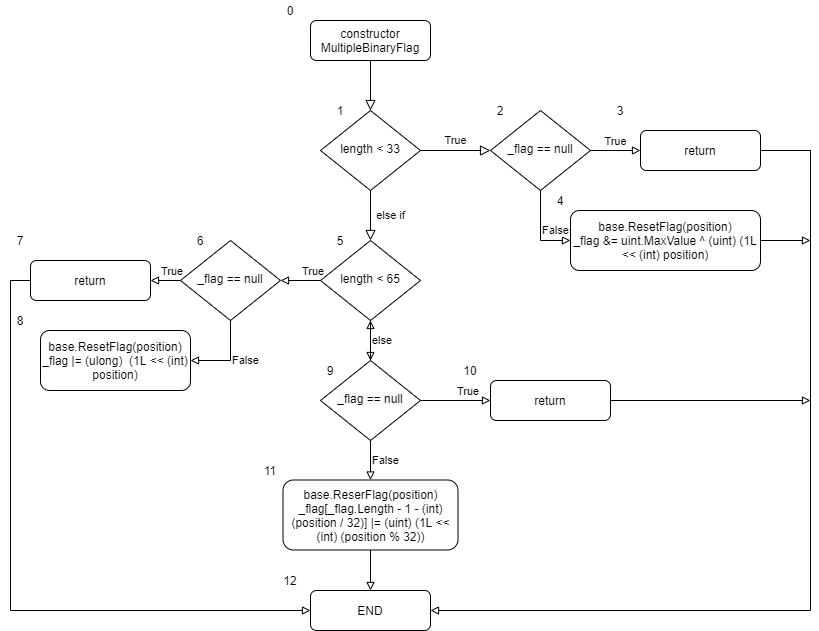
The draw.io diagram 2/diagrams/Diagram3.png in Dmytrenko-Roman/TestsLabs, before a commit. Source tidied: cells renumbered, new cells last; positions are measured from the earlier drawing's top-left corner, leaving out a move shared by most shapes. Its diagram source:
```xml
<mxGraphModel>
  <root>
    <mxCell id="0" />
    <mxCell id="1" parent="0" />
    <mxCell id="2" style="rounded=0;html=1;jettySize=auto;fontSize=11;endArrow=block;endFill=0;endSize=8;strokeWidth=1;shadow=0;labelBackgroundColor=none;edgeStyle=orthogonalEdgeStyle;" parent="1" edge="1" source="3" target="6">
      <mxGeometry relative="1" as="geometry" />
    </mxCell>
    <mxCell id="3" value="constructor MultipleBinaryFlag" style="rounded=1;whiteSpace=wrap;html=1;fontSize=12;glass=0;strokeWidth=1;shadow=0;" parent="1" vertex="1">
      <mxGeometry x="310" y="20" width="120" height="40" as="geometry" />
    </mxCell>
    <mxCell id="4" value="else if" style="rounded=0;html=1;jettySize=auto;fontSize=11;endArrow=block;endFill=0;endSize=8;strokeWidth=1;shadow=0;labelBackgroundColor=none;edgeStyle=orthogonalEdgeStyle;" parent="1" edge="1" source="6" target="9">
      <mxGeometry y="20" relative="1" as="geometry" />
    </mxCell>
    <mxCell id="5" value="True" style="edgeStyle=orthogonalEdgeStyle;rounded=0;html=1;jettySize=auto;fontSize=11;endArrow=block;endFill=0;endSize=8;strokeWidth=1;shadow=0;labelBackgroundColor=none;" parent="1" edge="1" source="6">
      <mxGeometry y="10" relative="1" as="geometry">
        <mxPoint x="490" y="150" as="targetPoint" />
      </mxGeometry>
    </mxCell>
    <mxCell id="6" value="length &amp;lt; 33" style="rhombus;whiteSpace=wrap;html=1;shadow=0;fontFamily=Helvetica;fontSize=12;align=center;strokeWidth=1;spacing=6;spacingTop=-4;" parent="1" vertex="1">
      <mxGeometry x="320" y="110" width="100" height="80" as="geometry" />
    </mxCell>
    <mxCell id="7" value="True" style="edgeStyle=orthogonalEdgeStyle;rounded=0;jettySize=auto;html=1;exitX=0;exitY=0.5;exitDx=0;exitDy=0;entryX=1;entryY=0.5;entryDx=0;entryDy=0;endArrow=block;endFill=0;align=left;verticalAlign=bottom;" parent="1" edge="1" source="9" target="20">
      <mxGeometry relative="1" as="geometry" />
    </mxCell>
    <mxCell id="8" style="edgeStyle=orthogonalEdgeStyle;rounded=0;jettySize=auto;html=1;exitX=0.5;exitY=1;exitDx=0;exitDy=0;entryX=0.5;entryY=0;entryDx=0;entryDy=0;endArrow=block;endFill=0;align=left;" parent="1" edge="1" source="9" target="27">
      <mxGeometry relative="1" as="geometry" />
    </mxCell>
    <mxCell id="9" value="length &amp;lt; 65" style="rhombus;whiteSpace=wrap;html=1;shadow=0;fontFamily=Helvetica;fontSize=12;align=center;strokeWidth=1;spacing=6;spacingTop=-4;" parent="1" vertex="1">
      <mxGeometry x="320" y="240" width="100" height="80" as="geometry" />
    </mxCell>
    <mxCell id="10" value="END" style="rounded=1;whiteSpace=wrap;html=1;fontSize=12;glass=0;strokeWidth=1;shadow=0;" parent="1" vertex="1">
      <mxGeometry x="310" y="590" width="120" height="40" as="geometry" />
    </mxCell>
    <mxCell id="11" value="True" style="edgeStyle=orthogonalEdgeStyle;rounded=0;jettySize=auto;html=1;exitX=1;exitY=0.5;exitDx=0;exitDy=0;entryX=0;entryY=0.5;entryDx=0;entryDy=0;verticalAlign=bottom;endArrow=block;endFill=0;" parent="1" edge="1" source="13" target="15">
      <mxGeometry relative="1" as="geometry" />
    </mxCell>
    <mxCell id="12" value="False" style="edgeStyle=orthogonalEdgeStyle;rounded=0;jettySize=auto;html=1;exitX=0.5;exitY=1;exitDx=0;exitDy=0;entryX=0;entryY=0.5;entryDx=0;entryDy=0;align=left;endArrow=block;endFill=0;" parent="1" edge="1" source="13" target="17">
      <mxGeometry relative="1" as="geometry" />
    </mxCell>
    <mxCell id="13" value="_flag == null" style="rhombus;whiteSpace=wrap;html=1;shadow=0;fontFamily=Helvetica;fontSize=12;align=center;strokeWidth=1;spacing=6;spacingTop=-4;" parent="1" vertex="1">
      <mxGeometry x="490" y="110" width="100" height="80" as="geometry" />
    </mxCell>
    <mxCell id="14" style="edgeStyle=orthogonalEdgeStyle;rounded=0;jettySize=auto;html=1;exitX=1;exitY=0.5;exitDx=0;exitDy=0;entryX=1;entryY=0.5;entryDx=0;entryDy=0;endArrow=block;endFill=0;" parent="1" edge="1" source="15" target="10">
      <mxGeometry relative="1" as="geometry">
        <Array as="points">
          <mxPoint x="810" y="150" />
          <mxPoint x="810" y="610" />
        </Array>
      </mxGeometry>
    </mxCell>
    <mxCell id="15" value="return" style="rounded=1;whiteSpace=wrap;html=1;fontSize=12;glass=0;strokeWidth=1;shadow=0;" parent="1" vertex="1">
      <mxGeometry x="640" y="130" width="120" height="40" as="geometry" />
    </mxCell>
    <mxCell id="16" style="edgeStyle=orthogonalEdgeStyle;rounded=0;jettySize=auto;html=1;exitX=1;exitY=0.5;exitDx=0;exitDy=0;align=left;endArrow=block;endFill=0;" parent="1" edge="1" source="17">
      <mxGeometry relative="1" as="geometry">
        <mxPoint x="810" y="240" as="targetPoint" />
      </mxGeometry>
    </mxCell>
    <mxCell id="17" value="base.ResetFlag(position)&lt;br&gt;_flag &amp;amp;= uint.MaxValue ^ (uint) (1L &amp;lt;&amp;lt; (int) position)" style="rounded=1;whiteSpace=wrap;html=1;fontSize=12;glass=0;strokeWidth=1;shadow=0;" parent="1" vertex="1">
      <mxGeometry x="570" y="210" width="190" height="60" as="geometry" />
    </mxCell>
    <mxCell id="18" value="True" style="edgeStyle=orthogonalEdgeStyle;rounded=0;jettySize=auto;html=1;exitX=0;exitY=0.5;exitDx=0;exitDy=0;entryX=1;entryY=0.5;entryDx=0;entryDy=0;endArrow=block;endFill=0;align=left;verticalAlign=bottom;spacingLeft=-6;" parent="1" edge="1" source="20" target="22">
      <mxGeometry relative="1" as="geometry" />
    </mxCell>
    <mxCell id="19" value="False" style="edgeStyle=orthogonalEdgeStyle;rounded=0;jettySize=auto;html=1;exitX=0.5;exitY=1;exitDx=0;exitDy=0;entryX=1;entryY=0.5;entryDx=0;entryDy=0;endArrow=block;endFill=0;align=left;" parent="1" edge="1" source="20" target="23">
      <mxGeometry relative="1" as="geometry" />
    </mxCell>
    <mxCell id="20" value="_flag == null" style="rhombus;whiteSpace=wrap;html=1;shadow=0;fontFamily=Helvetica;fontSize=12;align=center;strokeWidth=1;spacing=6;spacingTop=-4;" parent="1" vertex="1">
      <mxGeometry x="180" y="240" width="100" height="80" as="geometry" />
    </mxCell>
    <mxCell id="21" style="edgeStyle=orthogonalEdgeStyle;rounded=0;jettySize=auto;html=1;exitX=0;exitY=0.5;exitDx=0;exitDy=0;entryX=0;entryY=0.5;entryDx=0;entryDy=0;endArrow=block;endFill=0;align=left;" parent="1" edge="1" source="22" target="10">
      <mxGeometry relative="1" as="geometry" />
    </mxCell>
    <mxCell id="22" value="return" style="rounded=1;whiteSpace=wrap;html=1;fontSize=12;glass=0;strokeWidth=1;shadow=0;" parent="1" vertex="1">
      <mxGeometry x="30" y="260" width="120" height="40" as="geometry" />
    </mxCell>
    <mxCell id="23" value="base.ResetFlag(position)&lt;br&gt;_flag |= (ulong)&amp;nbsp; (1L &amp;lt;&amp;lt; (int) position)" style="rounded=1;whiteSpace=wrap;html=1;fontSize=12;glass=0;strokeWidth=1;shadow=0;" parent="1" vertex="1">
      <mxGeometry x="40" y="330" width="150" height="60" as="geometry" />
    </mxCell>
    <mxCell id="24" value="else" style="edgeStyle=orthogonalEdgeStyle;rounded=0;jettySize=auto;html=1;endArrow=block;endFill=0;align=left;" parent="1" edge="1" source="27" target="9">
      <mxGeometry relative="1" as="geometry" />
    </mxCell>
    <mxCell id="25" value="True" style="edgeStyle=orthogonalEdgeStyle;rounded=0;jettySize=auto;html=1;endArrow=block;endFill=0;align=left;verticalAlign=bottom;" parent="1" edge="1" source="27" target="29">
      <mxGeometry relative="1" as="geometry" />
    </mxCell>
    <mxCell id="26" value="False" style="edgeStyle=orthogonalEdgeStyle;rounded=0;jettySize=auto;html=1;exitX=0.5;exitY=1;exitDx=0;exitDy=0;entryX=0.5;entryY=0;entryDx=0;entryDy=0;endArrow=block;endFill=0;align=left;" parent="1" edge="1" source="27" target="31">
      <mxGeometry relative="1" as="geometry" />
    </mxCell>
    <mxCell id="27" value="&#10;&#10;&lt;span style=&quot;color: rgb(0, 0, 0); font-family: helvetica; font-size: 12px; font-style: normal; font-weight: 400; letter-spacing: normal; text-align: center; text-indent: 0px; text-transform: none; word-spacing: 0px; background-color: rgb(248, 249, 250); display: inline; float: none;&quot;&gt;_flag == null&lt;/span&gt;&#10;&#10;" style="rhombus;whiteSpace=wrap;html=1;shadow=0;fontFamily=Helvetica;fontSize=12;align=center;strokeWidth=1;spacing=6;spacingTop=-4;" parent="1" vertex="1">
      <mxGeometry x="320" y="360" width="100" height="80" as="geometry" />
    </mxCell>
    <mxCell id="28" style="edgeStyle=orthogonalEdgeStyle;rounded=0;jettySize=auto;html=1;exitX=1;exitY=0.5;exitDx=0;exitDy=0;endArrow=block;endFill=0;align=left;" parent="1" edge="1" source="29">
      <mxGeometry relative="1" as="geometry">
        <mxPoint x="810" y="400" as="targetPoint" />
      </mxGeometry>
    </mxCell>
    <mxCell id="29" value="return" style="rounded=1;whiteSpace=wrap;html=1;fontSize=12;glass=0;strokeWidth=1;shadow=0;" parent="1" vertex="1">
      <mxGeometry x="490" y="380" width="120" height="40" as="geometry" />
    </mxCell>
    <mxCell id="30" style="edgeStyle=orthogonalEdgeStyle;rounded=0;jettySize=auto;html=1;exitX=0.5;exitY=1;exitDx=0;exitDy=0;entryX=0.5;entryY=0;entryDx=0;entryDy=0;endArrow=block;endFill=0;align=left;" parent="1" edge="1" source="31" target="10">
      <mxGeometry relative="1" as="geometry" />
    </mxCell>
    <mxCell id="31" value="base.ReserFlag(position)&lt;br&gt;&lt;span class=&quot;pl-smi&quot; style=&quot;box-sizing: border-box ; background-color: rgb(255 , 255 , 255)&quot;&gt;_flag&lt;/span&gt;&lt;span style=&quot;background-color: rgb(255 , 255 , 255)&quot;&gt;[&lt;/span&gt;&lt;span class=&quot;pl-smi&quot; style=&quot;box-sizing: border-box ; background-color: rgb(255 , 255 , 255)&quot;&gt;_flag&lt;/span&gt;&lt;span style=&quot;background-color: rgb(255 , 255 , 255)&quot;&gt;.&lt;/span&gt;&lt;span class=&quot;pl-smi&quot; style=&quot;box-sizing: border-box ; background-color: rgb(255 , 255 , 255)&quot;&gt;Length&lt;/span&gt;&lt;span style=&quot;background-color: rgb(255 , 255 , 255)&quot;&gt; &lt;/span&gt;&lt;span class=&quot;pl-k&quot; style=&quot;box-sizing: border-box ; font-family: , &amp;#34;consolas&amp;#34; , &amp;#34;liberation mono&amp;#34; , &amp;#34;menlo&amp;#34; , monospace ; background-color: rgb(255 , 255 , 255)&quot;&gt;-&lt;/span&gt;&lt;span style=&quot;background-color: rgb(255 , 255 , 255)&quot;&gt; &lt;/span&gt;&lt;span class=&quot;pl-c1&quot; style=&quot;box-sizing: border-box ; font-family: , &amp;#34;consolas&amp;#34; , &amp;#34;liberation mono&amp;#34; , &amp;#34;menlo&amp;#34; , monospace ; background-color: rgb(255 , 255 , 255)&quot;&gt;1&lt;/span&gt;&lt;span style=&quot;background-color: rgb(255 , 255 , 255)&quot;&gt; &lt;/span&gt;&lt;span class=&quot;pl-k&quot; style=&quot;box-sizing: border-box ; font-family: , &amp;#34;consolas&amp;#34; , &amp;#34;liberation mono&amp;#34; , &amp;#34;menlo&amp;#34; , monospace ; background-color: rgb(255 , 255 , 255)&quot;&gt;-&lt;/span&gt;&lt;span style=&quot;background-color: rgb(255 , 255 , 255)&quot;&gt; (&lt;/span&gt;&lt;span class=&quot;pl-k&quot; style=&quot;box-sizing: border-box ; font-family: , &amp;#34;consolas&amp;#34; , &amp;#34;liberation mono&amp;#34; , &amp;#34;menlo&amp;#34; , monospace ; background-color: rgb(255 , 255 , 255)&quot;&gt;int&lt;/span&gt;&lt;span style=&quot;background-color: rgb(255 , 255 , 255)&quot;&gt;) (&lt;/span&gt;&lt;span class=&quot;pl-smi&quot; style=&quot;box-sizing: border-box ; background-color: rgb(255 , 255 , 255)&quot;&gt;position&lt;/span&gt;&lt;span style=&quot;background-color: rgb(255 , 255 , 255)&quot;&gt; &lt;/span&gt;&lt;span class=&quot;pl-k&quot; style=&quot;box-sizing: border-box ; font-family: , &amp;#34;consolas&amp;#34; , &amp;#34;liberation mono&amp;#34; , &amp;#34;menlo&amp;#34; , monospace ; background-color: rgb(255 , 255 , 255)&quot;&gt;/&lt;/span&gt;&lt;span style=&quot;background-color: rgb(255 , 255 , 255)&quot;&gt; &lt;/span&gt;&lt;span class=&quot;pl-c1&quot; style=&quot;box-sizing: border-box ; font-family: , &amp;#34;consolas&amp;#34; , &amp;#34;liberation mono&amp;#34; , &amp;#34;menlo&amp;#34; , monospace ; background-color: rgb(255 , 255 , 255)&quot;&gt;32&lt;/span&gt;&lt;span style=&quot;background-color: rgb(255 , 255 , 255)&quot;&gt;)] &lt;/span&gt;&lt;span class=&quot;pl-k&quot; style=&quot;box-sizing: border-box ; font-family: , &amp;#34;consolas&amp;#34; , &amp;#34;liberation mono&amp;#34; , &amp;#34;menlo&amp;#34; , monospace ; background-color: rgb(255 , 255 , 255)&quot;&gt;|=&lt;/span&gt;&lt;span style=&quot;background-color: rgb(255 , 255 , 255)&quot;&gt; (&lt;/span&gt;&lt;span class=&quot;pl-k&quot; style=&quot;box-sizing: border-box ; font-family: , &amp;#34;consolas&amp;#34; , &amp;#34;liberation mono&amp;#34; , &amp;#34;menlo&amp;#34; , monospace ; background-color: rgb(255 , 255 , 255)&quot;&gt;uint&lt;/span&gt;&lt;span style=&quot;background-color: rgb(255 , 255 , 255)&quot;&gt;) (&lt;/span&gt;&lt;span class=&quot;pl-c1&quot; style=&quot;box-sizing: border-box ; font-family: , &amp;#34;consolas&amp;#34; , &amp;#34;liberation mono&amp;#34; , &amp;#34;menlo&amp;#34; , monospace ; background-color: rgb(255 , 255 , 255)&quot;&gt;1L&lt;/span&gt;&lt;span style=&quot;background-color: rgb(255 , 255 , 255)&quot;&gt; &lt;/span&gt;&lt;span class=&quot;pl-k&quot; style=&quot;box-sizing: border-box ; font-family: , &amp;#34;consolas&amp;#34; , &amp;#34;liberation mono&amp;#34; , &amp;#34;menlo&amp;#34; , monospace ; background-color: rgb(255 , 255 , 255)&quot;&gt;&amp;lt;&amp;lt;&lt;/span&gt;&lt;span style=&quot;background-color: rgb(255 , 255 , 255)&quot;&gt; (&lt;/span&gt;&lt;span class=&quot;pl-k&quot; style=&quot;box-sizing: border-box ; font-family: , &amp;#34;consolas&amp;#34; , &amp;#34;liberation mono&amp;#34; , &amp;#34;menlo&amp;#34; , monospace ; background-color: rgb(255 , 255 , 255)&quot;&gt;int&lt;/span&gt;&lt;span style=&quot;background-color: rgb(255 , 255 , 255)&quot;&gt;) (&lt;/span&gt;&lt;span class=&quot;pl-smi&quot; style=&quot;box-sizing: border-box ; background-color: rgb(255 , 255 , 255)&quot;&gt;position&lt;/span&gt;&lt;span style=&quot;background-color: rgb(255 , 255 , 255)&quot;&gt; &lt;/span&gt;&lt;span class=&quot;pl-k&quot; style=&quot;box-sizing: border-box ; font-family: , &amp;#34;consolas&amp;#34; , &amp;#34;liberation mono&amp;#34; , &amp;#34;menlo&amp;#34; , monospace ; background-color: rgb(255 , 255 , 255)&quot;&gt;%&lt;/span&gt;&lt;span style=&quot;background-color: rgb(255 , 255 , 255)&quot;&gt; &lt;/span&gt;&lt;span class=&quot;pl-c1&quot; style=&quot;box-sizing: border-box ; font-family: , &amp;#34;consolas&amp;#34; , &amp;#34;liberation mono&amp;#34; , &amp;#34;menlo&amp;#34; , monospace ; background-color: rgb(255 , 255 , 255)&quot;&gt;32&lt;/span&gt;&lt;span style=&quot;background-color: rgb(255 , 255 , 255)&quot;&gt;))&lt;/span&gt;" style="rounded=1;whiteSpace=wrap;html=1;fontSize=12;glass=0;strokeWidth=1;shadow=0;" parent="1" vertex="1">
      <mxGeometry x="282.5" y="479.5" width="175" height="70" as="geometry" />
    </mxCell>
    <mxCell id="32" value="0" style="text;html=1;strokeColor=none;fillColor=none;align=center;verticalAlign=middle;whiteSpace=wrap;rounded=0;" parent="1" vertex="1">
      <mxGeometry x="270" width="40" height="20" as="geometry" />
    </mxCell>
    <mxCell id="33" value="1" style="text;html=1;strokeColor=none;fillColor=none;align=center;verticalAlign=middle;whiteSpace=wrap;rounded=0;" parent="1" vertex="1">
      <mxGeometry x="320" y="100" width="40" height="20" as="geometry" />
    </mxCell>
    <mxCell id="34" value="2" style="text;html=1;strokeColor=none;fillColor=none;align=center;verticalAlign=middle;whiteSpace=wrap;rounded=0;" parent="1" vertex="1">
      <mxGeometry x="480" y="100" width="40" height="20" as="geometry" />
    </mxCell>
    <mxCell id="35" value="3" style="text;html=1;strokeColor=none;fillColor=none;align=center;verticalAlign=middle;whiteSpace=wrap;rounded=0;" parent="1" vertex="1">
      <mxGeometry x="600" y="100" width="40" height="20" as="geometry" />
    </mxCell>
    <mxCell id="36" value="4" style="text;html=1;strokeColor=none;fillColor=none;align=center;verticalAlign=middle;whiteSpace=wrap;rounded=0;" parent="1" vertex="1">
      <mxGeometry x="540" y="190" width="40" height="20" as="geometry" />
    </mxCell>
    <mxCell id="37" value="5" style="text;html=1;strokeColor=none;fillColor=none;align=center;verticalAlign=middle;whiteSpace=wrap;rounded=0;" parent="1" vertex="1">
      <mxGeometry x="320" y="230" width="40" height="20" as="geometry" />
    </mxCell>
    <mxCell id="38" value="6" style="text;html=1;strokeColor=none;fillColor=none;align=center;verticalAlign=middle;whiteSpace=wrap;rounded=0;" parent="1" vertex="1">
      <mxGeometry x="180" y="230" width="40" height="20" as="geometry" />
    </mxCell>
    <mxCell id="39" value="7" style="text;html=1;strokeColor=none;fillColor=none;align=center;verticalAlign=middle;whiteSpace=wrap;rounded=0;" parent="1" vertex="1">
      <mxGeometry y="230" width="40" height="20" as="geometry" />
    </mxCell>
    <mxCell id="40" value="8" style="text;html=1;strokeColor=none;fillColor=none;align=center;verticalAlign=middle;whiteSpace=wrap;rounded=0;" parent="1" vertex="1">
      <mxGeometry y="310" width="40" height="20" as="geometry" />
    </mxCell>
    <mxCell id="41" value="9" style="text;html=1;strokeColor=none;fillColor=none;align=center;verticalAlign=middle;whiteSpace=wrap;rounded=0;" parent="1" vertex="1">
      <mxGeometry x="310" y="360" width="40" height="20" as="geometry" />
    </mxCell>
    <mxCell id="42" value="10" style="text;html=1;strokeColor=none;fillColor=none;align=center;verticalAlign=middle;whiteSpace=wrap;rounded=0;" parent="1" vertex="1">
      <mxGeometry x="450" y="360" width="40" height="20" as="geometry" />
    </mxCell>
    <mxCell id="43" value="11" style="text;html=1;strokeColor=none;fillColor=none;align=center;verticalAlign=middle;whiteSpace=wrap;rounded=0;" parent="1" vertex="1">
      <mxGeometry x="250" y="459.5" width="40" height="20" as="geometry" />
    </mxCell>
    <mxCell id="44" value="12" style="text;html=1;strokeColor=none;fillColor=none;align=center;verticalAlign=middle;whiteSpace=wrap;rounded=0;" parent="1" vertex="1">
      <mxGeometry x="270" y="570" width="40" height="20" as="geometry" />
    </mxCell>
  </root>
</mxGraphModel>
```
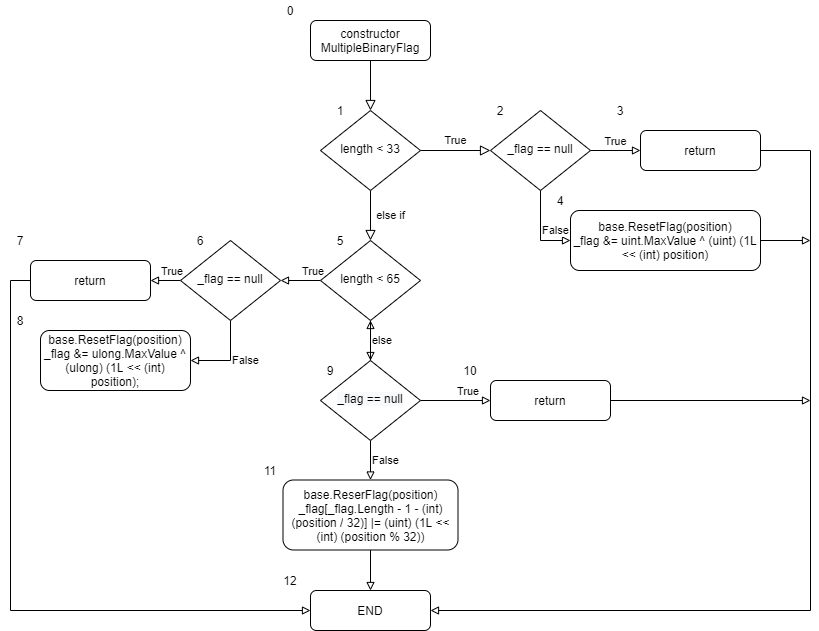
After the commit.

Change to the diagram source:
```diff
@@ -74,7 +74,7 @@
     <mxCell id="22" value="return" style="rounded=1;whiteSpace=wrap;html=1;fontSize=12;glass=0;strokeWidth=1;shadow=0;" parent="1" vertex="1">
       <mxGeometry x="30" y="260" width="120" height="40" as="geometry" />
     </mxCell>
-    <mxCell id="23" value="base.ResetFlag(position)&lt;br&gt;_flag |= (ulong)&amp;nbsp; (1L &amp;lt;&amp;lt; (int) position)" style="rounded=1;whiteSpace=wrap;html=1;fontSize=12;glass=0;strokeWidth=1;shadow=0;" parent="1" vertex="1">
+    <mxCell id="23" value="base.ResetFlag(position)&lt;br&gt;&lt;span class=&quot;pl-smi&quot; style=&quot;box-sizing: border-box ; font-family: , &amp;#34;consolas&amp;#34; , &amp;#34;liberation mono&amp;#34; , &amp;#34;menlo&amp;#34; , monospace ; background-color: rgb(255 , 255 , 255)&quot;&gt;_flag&lt;/span&gt;&lt;span style=&quot;font-family: , &amp;#34;consolas&amp;#34; , &amp;#34;liberation mono&amp;#34; , &amp;#34;menlo&amp;#34; , monospace ; background-color: rgb(255 , 255 , 255)&quot;&gt; &lt;/span&gt;&lt;span class=&quot;pl-k&quot; style=&quot;box-sizing: border-box ; font-family: , &amp;#34;consolas&amp;#34; , &amp;#34;liberation mono&amp;#34; , &amp;#34;menlo&amp;#34; , monospace ; background-color: rgb(255 , 255 , 255)&quot;&gt;&amp;amp;=&lt;/span&gt;&lt;span style=&quot;font-family: , &amp;#34;consolas&amp;#34; , &amp;#34;liberation mono&amp;#34; , &amp;#34;menlo&amp;#34; , monospace ; background-color: rgb(255 , 255 , 255)&quot;&gt; &lt;/span&gt;&lt;span class=&quot;pl-smi&quot; style=&quot;box-sizing: border-box ; font-family: , &amp;#34;consolas&amp;#34; , &amp;#34;liberation mono&amp;#34; , &amp;#34;menlo&amp;#34; , monospace ; background-color: rgb(255 , 255 , 255)&quot;&gt;ulong&lt;/span&gt;&lt;span style=&quot;font-family: , &amp;#34;consolas&amp;#34; , &amp;#34;liberation mono&amp;#34; , &amp;#34;menlo&amp;#34; , monospace ; background-color: rgb(255 , 255 , 255)&quot;&gt;.&lt;/span&gt;&lt;span class=&quot;pl-smi&quot; style=&quot;box-sizing: border-box ; font-family: , &amp;#34;consolas&amp;#34; , &amp;#34;liberation mono&amp;#34; , &amp;#34;menlo&amp;#34; , monospace ; background-color: rgb(255 , 255 , 255)&quot;&gt;MaxValue&lt;/span&gt;&lt;span style=&quot;font-family: , &amp;#34;consolas&amp;#34; , &amp;#34;liberation mono&amp;#34; , &amp;#34;menlo&amp;#34; , monospace ; background-color: rgb(255 , 255 , 255)&quot;&gt; &lt;/span&gt;&lt;span class=&quot;pl-k&quot; style=&quot;box-sizing: border-box ; font-family: , &amp;#34;consolas&amp;#34; , &amp;#34;liberation mono&amp;#34; , &amp;#34;menlo&amp;#34; , monospace ; background-color: rgb(255 , 255 , 255)&quot;&gt;^&lt;/span&gt;&lt;span style=&quot;font-family: , &amp;#34;consolas&amp;#34; , &amp;#34;liberation mono&amp;#34; , &amp;#34;menlo&amp;#34; , monospace ; background-color: rgb(255 , 255 , 255)&quot;&gt; (&lt;/span&gt;&lt;span class=&quot;pl-k&quot; style=&quot;box-sizing: border-box ; font-family: , &amp;#34;consolas&amp;#34; , &amp;#34;liberation mono&amp;#34; , &amp;#34;menlo&amp;#34; , monospace ; background-color: rgb(255 , 255 , 255)&quot;&gt;ulong&lt;/span&gt;&lt;span style=&quot;font-family: , &amp;#34;consolas&amp;#34; , &amp;#34;liberation mono&amp;#34; , &amp;#34;menlo&amp;#34; , monospace ; background-color: rgb(255 , 255 , 255)&quot;&gt;) (&lt;/span&gt;&lt;span class=&quot;pl-c1&quot; style=&quot;box-sizing: border-box ; font-family: , &amp;#34;consolas&amp;#34; , &amp;#34;liberation mono&amp;#34; , &amp;#34;menlo&amp;#34; , monospace ; background-color: rgb(255 , 255 , 255)&quot;&gt;1L&lt;/span&gt;&lt;span style=&quot;font-family: , &amp;#34;consolas&amp;#34; , &amp;#34;liberation mono&amp;#34; , &amp;#34;menlo&amp;#34; , monospace ; background-color: rgb(255 , 255 , 255)&quot;&gt; &lt;/span&gt;&lt;span class=&quot;pl-k&quot; style=&quot;box-sizing: border-box ; font-family: , &amp;#34;consolas&amp;#34; , &amp;#34;liberation mono&amp;#34; , &amp;#34;menlo&amp;#34; , monospace ; background-color: rgb(255 , 255 , 255)&quot;&gt;&amp;lt;&amp;lt;&lt;/span&gt;&lt;span style=&quot;font-family: , &amp;#34;consolas&amp;#34; , &amp;#34;liberation mono&amp;#34; , &amp;#34;menlo&amp;#34; , monospace ; background-color: rgb(255 , 255 , 255)&quot;&gt; (&lt;/span&gt;&lt;span class=&quot;pl-k&quot; style=&quot;box-sizing: border-box ; font-family: , &amp;#34;consolas&amp;#34; , &amp;#34;liberation mono&amp;#34; , &amp;#34;menlo&amp;#34; , monospace ; background-color: rgb(255 , 255 , 255)&quot;&gt;int&lt;/span&gt;&lt;span style=&quot;font-family: , &amp;#34;consolas&amp;#34; , &amp;#34;liberation mono&amp;#34; , &amp;#34;menlo&amp;#34; , monospace ; background-color: rgb(255 , 255 , 255)&quot;&gt;) &lt;/span&gt;&lt;span class=&quot;pl-smi&quot; style=&quot;box-sizing: border-box ; font-family: , &amp;#34;consolas&amp;#34; , &amp;#34;liberation mono&amp;#34; , &amp;#34;menlo&amp;#34; , monospace ; background-color: rgb(255 , 255 , 255)&quot;&gt;position&lt;/span&gt;&lt;span style=&quot;font-family: , &amp;#34;consolas&amp;#34; , &amp;#34;liberation mono&amp;#34; , &amp;#34;menlo&amp;#34; , monospace ; background-color: rgb(255 , 255 , 255)&quot;&gt;);&lt;/span&gt;" style="rounded=1;whiteSpace=wrap;html=1;fontSize=12;glass=0;strokeWidth=1;shadow=0;" parent="1" vertex="1">
       <mxGeometry x="40" y="330" width="150" height="60" as="geometry" />
     </mxCell>
     <mxCell id="24" value="else" style="edgeStyle=orthogonalEdgeStyle;rounded=0;jettySize=auto;html=1;endArrow=block;endFill=0;align=left;" parent="1" edge="1" source="27" target="9">
```
